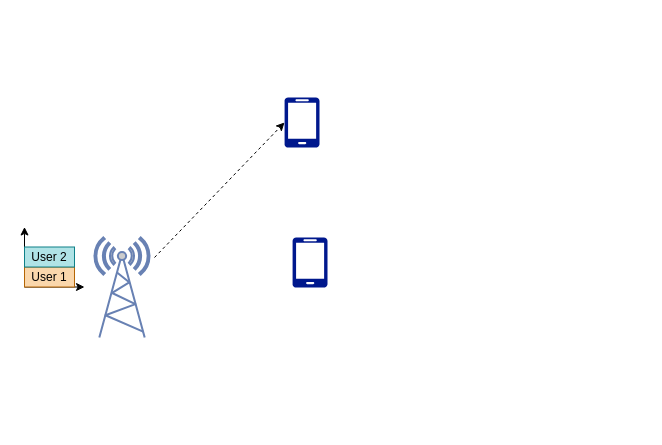
The draw.io diagram NOMA.drawio in satvikjain5/multiple-access-techniques, before the edit. Source tidied: cells renumbered, new cells numbered last; positions are measured from the earlier drawing's top-left corner, leaving out a move shared by most shapes. Both pictures are drawn from the tidied source at 100%, with x=0, y=0 at pixel (24, 97).
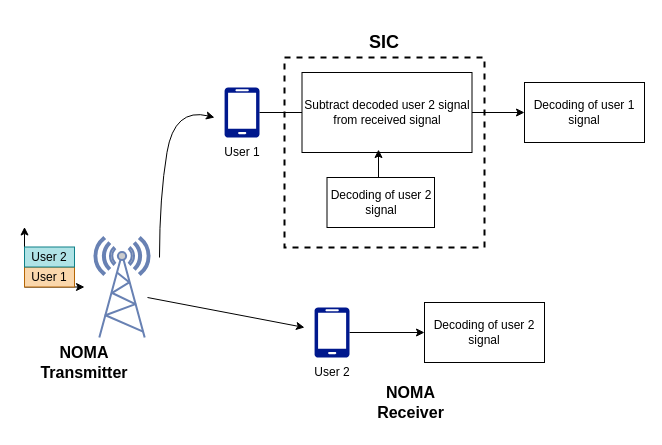
After the change.

What changed in the source:
```diff
@@
     <mxCell id="7" style="sketch=0;shadow=0;dashed=0;html=1;strokeColor=none;labelPosition=center;verticalLabelPosition=bottom;verticalAlign=top;align=center;fillColor=#00188D;shape=mxgraph.azure.mobile;" parent="1" vertex="1">
-      <mxGeometry x="260" width="35" height="50" as="geometry" />
+      <mxGeometry x="200" y="-10" width="35" height="50" as="geometry" />
     </mxCell>
+    <mxCell id="10" style="edgeStyle=orthogonalEdgeStyle;rounded=0;jettySize=auto;html=1;" parent="1" edge="1" source="8" target="20">
+      <mxGeometry relative="1" as="geometry" />
+    </mxCell>
     <mxCell id="8" style="sketch=0;shadow=0;dashed=0;html=1;strokeColor=none;labelPosition=center;verticalLabelPosition=bottom;verticalAlign=top;align=center;fillColor=#00188D;shape=mxgraph.azure.mobile;" parent="1" vertex="1">
-      <mxGeometry x="268" y="140" width="35" height="50" as="geometry" />
+      <mxGeometry x="290" y="210" width="35" height="50" as="geometry" />
     </mxCell>
-    <mxCell id="9" style="endArrow=classic;html=1;rounded=0;entryX=0;entryY=0.5;entryDx=0;entryDy=0;entryPerimeter=0;dashed=1;" parent="1" edge="1" target="7">
-      <mxGeometry relative="1" as="geometry">
-        <mxPoint x="130" y="160" as="sourcePoint" />
-      </mxGeometry>
-    </mxCell>
+    <mxCell id="11" style="endArrow=classic;html=1;rounded=0;" parent="1" edge="1">
+      <mxGeometry relative="1" as="geometry">
+        <mxPoint x="123" y="200" as="sourcePoint" />
+        <mxPoint x="280" y="230" as="targetPoint" />
+      </mxGeometry>
+    </mxCell>
+    <mxCell id="12" value="User 1" style="text;html=1;align=center;verticalAlign=middle;whiteSpace=wrap;rounded=0;" parent="1" vertex="1">
+      <mxGeometry x="187.5" y="40" width="60" height="30" as="geometry" />
+    </mxCell>
+    <mxCell id="13" value="User 2" style="text;html=1;align=center;verticalAlign=middle;whiteSpace=wrap;rounded=0;" parent="1" vertex="1">
+      <mxGeometry x="277.5" y="260" width="60" height="30" as="geometry" />
+    </mxCell>
+    <mxCell id="14" style="edgeStyle=orthogonalEdgeStyle;rounded=0;jettySize=auto;html=1;" parent="1" edge="1" source="15" target="19">
+      <mxGeometry relative="1" as="geometry" />
+    </mxCell>
+    <mxCell id="15" value="Subtract decoded user 2 signal from received signal" style="rounded=0;whiteSpace=wrap;html=1;" parent="1" vertex="1">
+      <mxGeometry x="277.5" y="-25" width="170" height="80" as="geometry" />
+    </mxCell>
+    <mxCell id="16" style="endArrow=none;html=1;rounded=0;entryX=0;entryY=0.5;entryDx=0;entryDy=0;exitX=1;exitY=0.5;exitDx=0;exitDy=0;exitPerimeter=0;" parent="1" edge="1" source="7" target="15">
+      <mxGeometry relative="1" as="geometry" />
+    </mxCell>
+    <mxCell id="17" value="Decoding of user 2 signal" style="rounded=0;whiteSpace=wrap;html=1;" parent="1" vertex="1">
+      <mxGeometry x="302.5" y="80" width="107.5" height="50" as="geometry" />
+    </mxCell>
+    <mxCell id="18" style="edgeStyle=orthogonalEdgeStyle;rounded=0;jettySize=auto;html=1;exitX=0.5;exitY=0;exitDx=0;exitDy=0;entryX=0.45;entryY=0.963;entryDx=0;entryDy=0;entryPerimeter=0;" parent="1" edge="1" source="17" target="15">
+      <mxGeometry relative="1" as="geometry" />
+    </mxCell>
+    <mxCell id="19" value="Decoding of user 1 signal" style="rounded=0;whiteSpace=wrap;html=1;" parent="1" vertex="1">
+      <mxGeometry x="500" y="-15" width="120" height="60" as="geometry" />
+    </mxCell>
+    <mxCell id="20" value="Decoding of user 2 signal" style="rounded=0;whiteSpace=wrap;html=1;" parent="1" vertex="1">
+      <mxGeometry x="400" y="205" width="120" height="60" as="geometry" />
+    </mxCell>
+    <mxCell id="21" style="curved=1;endArrow=classic;html=1;rounded=0;" parent="1" edge="1">
+      <mxGeometry relative="1" as="geometry">
+        <mxPoint x="135" y="160" as="sourcePoint" />
+        <mxPoint x="190" y="20" as="targetPoint" />
+        <Array as="points">
+          <mxPoint x="135" y="99.5" />
+          <mxPoint x="150" y="10" />
+        </Array>
+      </mxGeometry>
+    </mxCell>
+    <mxCell id="22" style="rounded=0;whiteSpace=wrap;html=1;fillColor=none;dashed=1;strokeWidth=2;" parent="1" vertex="1">
+      <mxGeometry x="260" y="-40" width="200" height="190" as="geometry" />
+    </mxCell>
+    <mxCell id="23" value="&lt;h2&gt;&lt;b&gt;SIC&lt;/b&gt;&lt;/h2&gt;" style="text;html=1;align=center;verticalAlign=middle;whiteSpace=wrap;rounded=0;" parent="1" vertex="1">
+      <mxGeometry x="330" y="-70" width="60" height="30" as="geometry" />
+    </mxCell>
+    <mxCell id="24" value="&lt;b&gt;&lt;font style=&quot;font-size: 16px;&quot;&gt;NOMA Transmitter &lt;/font&gt;&lt;/b&gt;" style="text;html=1;align=center;verticalAlign=middle;whiteSpace=wrap;rounded=0;fontFamily=Helvetica;" parent="1" vertex="1">
+      <mxGeometry x="-5" y="240" width="130" height="50" as="geometry" />
+    </mxCell>
+    <mxCell id="25" value="&lt;b&gt;&lt;font style=&quot;font-size: 16px;&quot;&gt;NOMA Receiver &lt;/font&gt;&lt;/b&gt;" style="text;html=1;align=center;verticalAlign=middle;whiteSpace=wrap;rounded=0;fontFamily=Helvetica;" parent="1" vertex="1">
+      <mxGeometry x="330" y="280" width="112.5" height="50" as="geometry" />
+    </mxCell>
```
